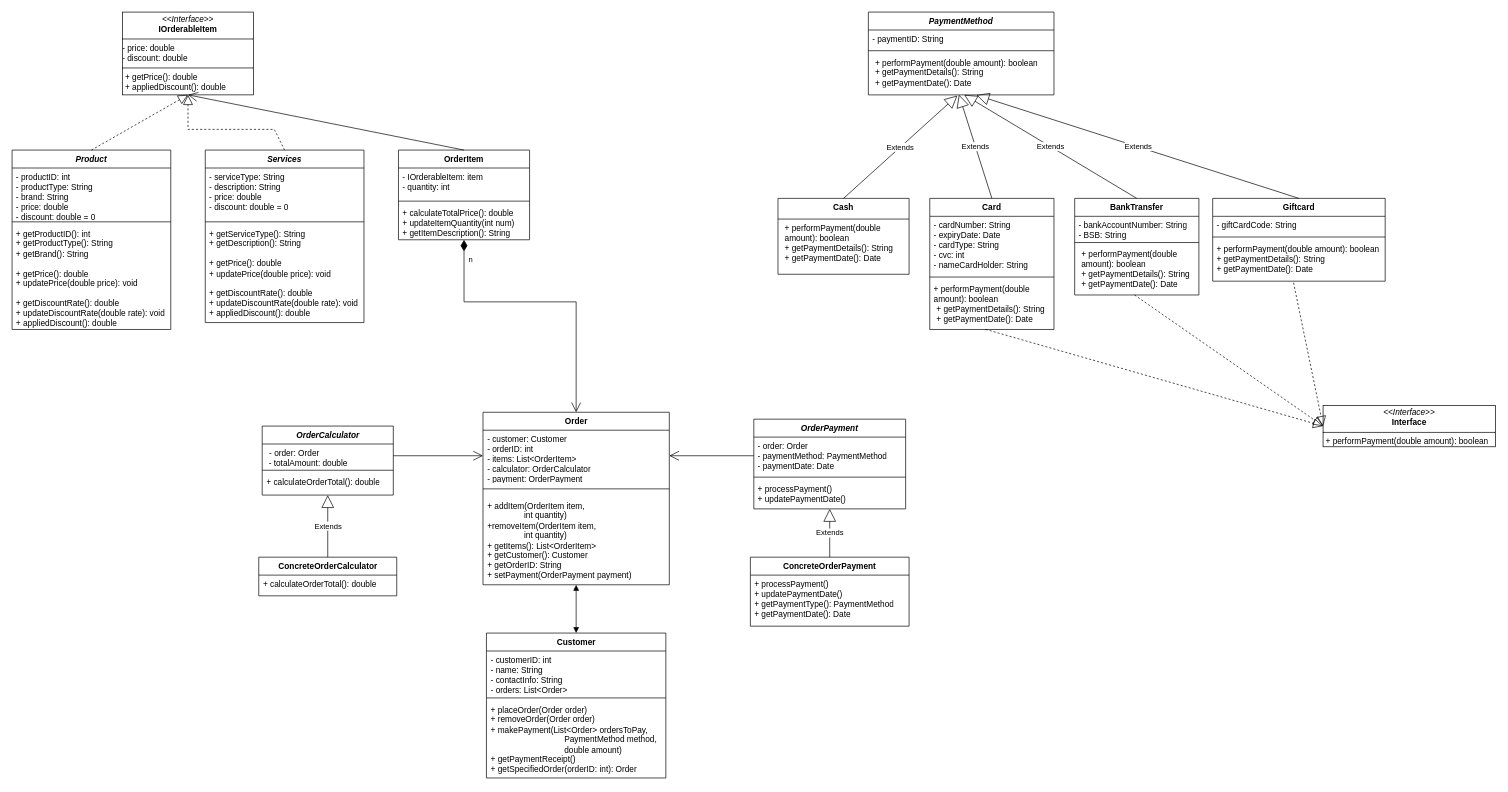
The draw.io diagram soft2201w3.drawio in NguyenChHieu/graphs, before the edit. Source tidied: cells renumbered, new cells numbered last; positions are measured from the earlier drawing's top-left corner, leaving out a move shared by most shapes. Both pictures are drawn from the tidied source at 69%, with x=0, y=0 at pixel (12, 12).
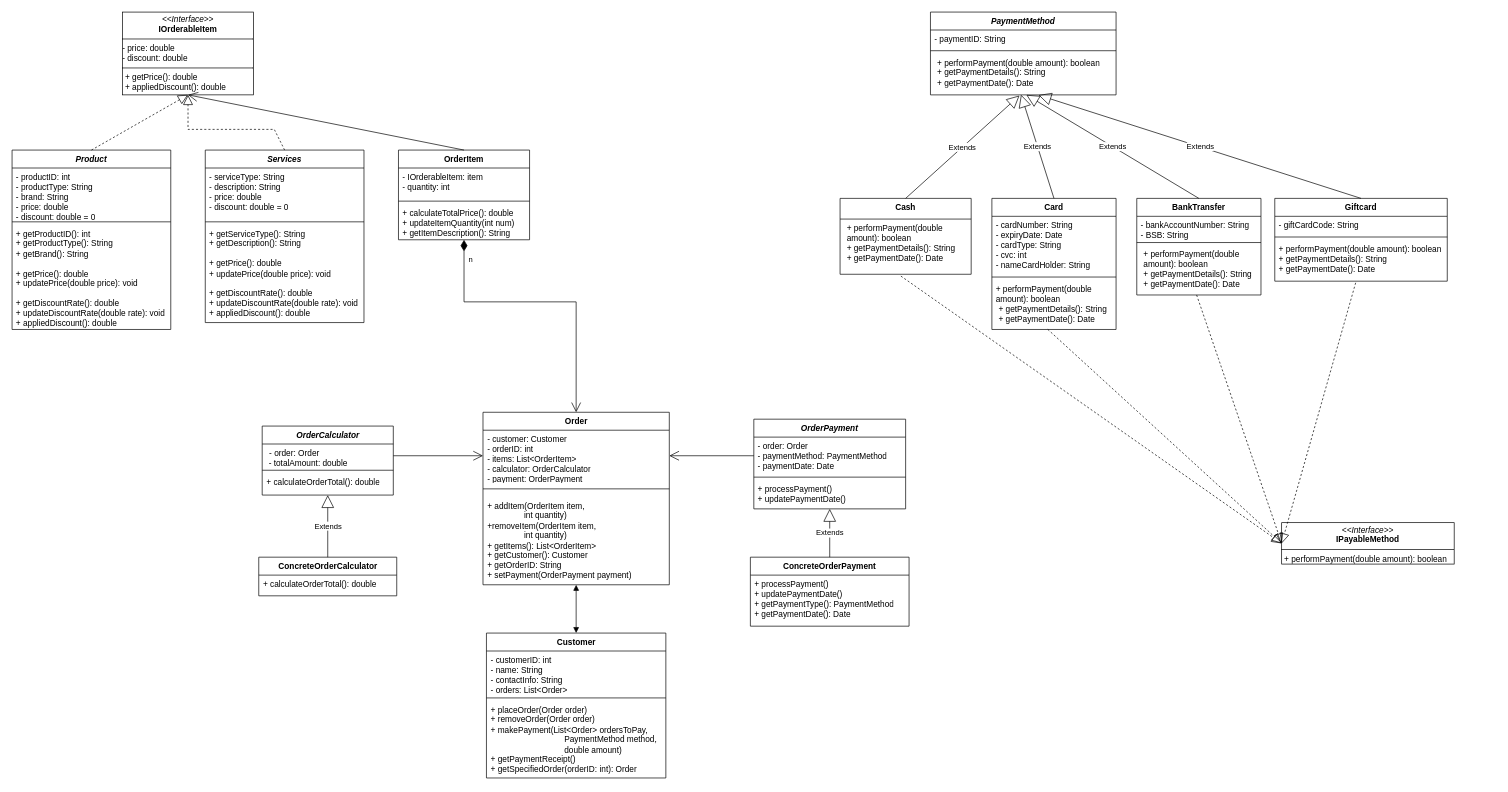
The same page after the edit.

Unchanged cells that the change refers to:
```xml
<mxCell id="31" value="&lt;p style=&quot;margin: 0px 0px 0px 4px;&quot;&gt;+ performPayment(double amount):&lt;span style=&quot;background-color: initial;&quot;&gt;&amp;nbsp;&lt;/span&gt;&lt;span style=&quot;background-color: initial;&quot;&gt;boolean&lt;/span&gt;&lt;/p&gt;&lt;p style=&quot;margin: 0px 0px 0px 4px;&quot;&gt;+ getPaymentDetails():&amp;nbsp;&lt;span style=&quot;background-color: initial;&quot;&gt;String&lt;/span&gt;&lt;/p&gt;&lt;p style=&quot;margin: 0px 0px 0px 4px;&quot;&gt;+ getPaymentDate(): Date&lt;span style=&quot;background-color: initial;&quot;&gt;&lt;br&gt;&lt;/span&gt;&lt;/p&gt;" style="text;strokeColor=none;fillColor=none;align=left;verticalAlign=top;spacingLeft=4;spacingRight=4;overflow=hidden;points=[[0,0.5],[1,0.5]];portConstraint=eastwest;whiteSpace=wrap;html=1;" parent="30" vertex="1">
  <mxGeometry y="30" width="190" height="80" as="geometry" />
</mxCell>
<mxCell id="35" value="&lt;div&gt;&lt;p style=&quot;margin: 0px 0px 0px 4px;&quot;&gt;+ performPayment(double amount):&lt;span style=&quot;background-color: initial;&quot;&gt;&amp;nbsp;&lt;/span&gt;&lt;span style=&quot;background-color: initial;&quot;&gt;boolean&lt;/span&gt;&lt;/p&gt;&lt;p style=&quot;margin: 0px 0px 0px 4px;&quot;&gt;+ getPaymentDetails():&amp;nbsp;&lt;span style=&quot;background-color: initial;&quot;&gt;String&lt;/span&gt;&lt;/p&gt;&lt;p style=&quot;margin: 0px 0px 0px 4px;&quot;&gt;+ getPaymentDate(): Date&lt;/p&gt;&lt;/div&gt;" style="text;strokeColor=none;fillColor=none;align=left;verticalAlign=top;spacingLeft=4;spacingRight=4;overflow=hidden;points=[[0,0.5],[1,0.5]];portConstraint=eastwest;whiteSpace=wrap;html=1;" parent="32" vertex="1">
  <mxGeometry y="68" width="180" height="72" as="geometry" />
</mxCell>
```

Change to the diagram source:
```diff
@@
     <mxCell id="26" value="Card" style="swimlane;fontStyle=1;align=center;verticalAlign=top;horizontal=1;startSize=26;whiteSpace=wrap;html=1;" parent="1" vertex="1">
-      <mxGeometry x="1330" y="270" width="180" height="190" as="geometry" />
+      <mxGeometry x="1420" y="270" width="180" height="190" as="geometry" />
     </mxCell>
@@
     <mxCell id="30" value="Cash" style="swimlane;fontStyle=1;align=center;verticalAlign=top;horizontal=1;startSize=30;whiteSpace=wrap;html=1;" parent="1" vertex="1">
-      <mxGeometry x="1110" y="270" width="190" height="110" as="geometry" />
+      <mxGeometry x="1200" y="270" width="190" height="110" as="geometry" />
     </mxCell>
@@
     <mxCell id="32" value="BankTransfer" style="swimlane;fontStyle=1;align=center;verticalAlign=top;horizontal=1;startSize=26;whiteSpace=wrap;html=1;" parent="1" vertex="1">
-      <mxGeometry x="1540" y="270" width="180" height="140" as="geometry" />
+      <mxGeometry x="1630" y="270" width="180" height="140" as="geometry" />
     </mxCell>
@@
     <mxCell id="36" value="Giftcard" style="swimlane;fontStyle=1;align=center;verticalAlign=top;horizontal=1;startSize=26;whiteSpace=wrap;html=1;" parent="1" vertex="1">
-      <mxGeometry x="1740" y="270" width="250" height="120" as="geometry" />
+      <mxGeometry x="1830" y="270" width="250" height="120" as="geometry" />
     </mxCell>
@@
     <mxCell id="58" value="&lt;b&gt;&lt;i&gt;PaymentMethod&lt;/i&gt;&lt;/b&gt;" style="swimlane;fontStyle=1;align=center;verticalAlign=top;horizontal=1;startSize=26;whiteSpace=wrap;html=1;" parent="1" vertex="1">
-      <mxGeometry x="1241" width="269" height="120" as="geometry" />
+      <mxGeometry x="1331" width="269" height="120" as="geometry" />
     </mxCell>
@@
     <mxCell id="62" value="Extends" style="endArrow=block;endSize=16;endFill=0;html=1;rounded=0;exitX=0.5;exitY=0;exitDx=0;exitDy=0;" parent="1" edge="1" source="30">
       <mxGeometry relative="1" as="geometry">
-        <mxPoint x="1370" y="121" as="targetPoint" />
+        <mxPoint x="1460" y="121" as="targetPoint" />
       </mxGeometry>
     </mxCell>
@@
     <mxCell id="64" value="Extends" style="endArrow=block;endSize=16;endFill=0;html=1;rounded=0;exitX=0.5;exitY=0;exitDx=0;exitDy=0;entryX=0.48;entryY=0.966;entryDx=0;entryDy=0;entryPerimeter=0;" parent="1" edge="1" source="32">
       <mxGeometry relative="1" as="geometry">
-        <mxPoint x="1380" y="120" as="targetPoint" />
+        <mxPoint x="1470" y="120" as="targetPoint" />
       </mxGeometry>
     </mxCell>
     <mxCell id="65" value="Extends" style="endArrow=block;endSize=16;endFill=0;html=1;rounded=0;exitX=0.5;exitY=0;exitDx=0;exitDy=0;entryX=0.462;entryY=1.005;entryDx=0;entryDy=0;entryPerimeter=0;" parent="1" edge="1" source="36">
       <mxGeometry relative="1" as="geometry">
-        <mxPoint x="1397.6" y="120.3" as="targetPoint" />
+        <mxPoint x="1487.6" y="120.3" as="targetPoint" />
       </mxGeometry>
     </mxCell>
-    <mxCell id="66" value="&lt;p style=&quot;margin:0px;margin-top:4px;text-align:center;&quot;&gt;&lt;i&gt;&amp;lt;&amp;lt;Interface&amp;gt;&amp;gt;&lt;/i&gt;&lt;br&gt;&lt;b&gt;Interface&lt;/b&gt;&lt;/p&gt;&lt;hr size=&quot;1&quot; style=&quot;border-style:solid;&quot;&gt;&lt;p style=&quot;margin:0px;margin-left:4px;&quot;&gt;&lt;/p&gt;&lt;p style=&quot;margin:0px;margin-left:4px;&quot;&gt;&lt;span style=&quot;background-color: initial;&quot;&gt;+ performPayment(double amount):&lt;/span&gt;&lt;span style=&quot;background-color: initial;&quot;&gt;&amp;nbsp;&lt;/span&gt;&lt;span style=&quot;background-color: initial;&quot;&gt;boolean&lt;/span&gt;&lt;/p&gt;&lt;div&gt;&lt;span style=&quot;background-color: initial;&quot;&gt;&lt;br&gt;&lt;/span&gt;&lt;/div&gt;&lt;div&gt;&lt;/div&gt;" style="verticalAlign=top;align=left;overflow=fill;html=1;whiteSpace=wrap;" parent="1" vertex="1">
-      <mxGeometry x="1900" y="570" width="250" height="60" as="geometry" />
+    <mxCell id="66" value="&lt;p style=&quot;margin:0px;margin-top:4px;text-align:center;&quot;&gt;&lt;i&gt;&amp;lt;&amp;lt;Interface&amp;gt;&amp;gt;&lt;/i&gt;&lt;br&gt;&lt;b&gt;IPayableMethod&lt;/b&gt;&lt;/p&gt;&lt;hr size=&quot;1&quot; style=&quot;border-style:solid;&quot;&gt;&lt;p style=&quot;margin:0px;margin-left:4px;&quot;&gt;&lt;/p&gt;&lt;p style=&quot;margin:0px;margin-left:4px;&quot;&gt;&lt;span style=&quot;background-color: initial;&quot;&gt;+ performPayment(double amount):&lt;/span&gt;&lt;span style=&quot;background-color: initial;&quot;&gt;&amp;nbsp;&lt;/span&gt;&lt;span style=&quot;background-color: initial;&quot;&gt;boolean&lt;/span&gt;&lt;/p&gt;&lt;div&gt;&lt;span style=&quot;background-color: initial;&quot;&gt;&lt;br&gt;&lt;/span&gt;&lt;/div&gt;&lt;div&gt;&lt;/div&gt;" style="verticalAlign=top;align=left;overflow=fill;html=1;whiteSpace=wrap;" parent="1" vertex="1">
+      <mxGeometry x="1840" y="740" width="250" height="60" as="geometry" />
     </mxCell>
@@
-    <mxCell id="68" style="endArrow=block;dashed=1;endFill=0;endSize=12;html=1;rounded=0;exitX=0.482;exitY=1;exitDx=0;exitDy=0;exitPerimeter=0;" parent="1" edge="1" source="35">
-      <mxGeometry relative="1" as="geometry">
-        <mxPoint x="1900" y="600" as="targetPoint" />
-      </mxGeometry>
+    <mxCell id="68" style="endArrow=block;dashed=1;endFill=0;endSize=12;html=1;rounded=0;exitX=0.482;exitY=1;exitDx=0;exitDy=0;exitPerimeter=0;entryX=0;entryY=0.5;entryDx=0;entryDy=0;" parent="1" edge="1" source="35" target="66">
+      <mxGeometry relative="1" as="geometry" />
     </mxCell>
@@
+    <mxCell id="70" style="endArrow=block;dashed=1;endFill=0;endSize=12;html=1;rounded=0;exitX=0.464;exitY=1.033;exitDx=0;exitDy=0;exitPerimeter=0;entryX=0;entryY=0.5;entryDx=0;entryDy=0;" parent="1" edge="1" source="31" target="66">
+      <mxGeometry relative="1" as="geometry" />
+    </mxCell>
```
